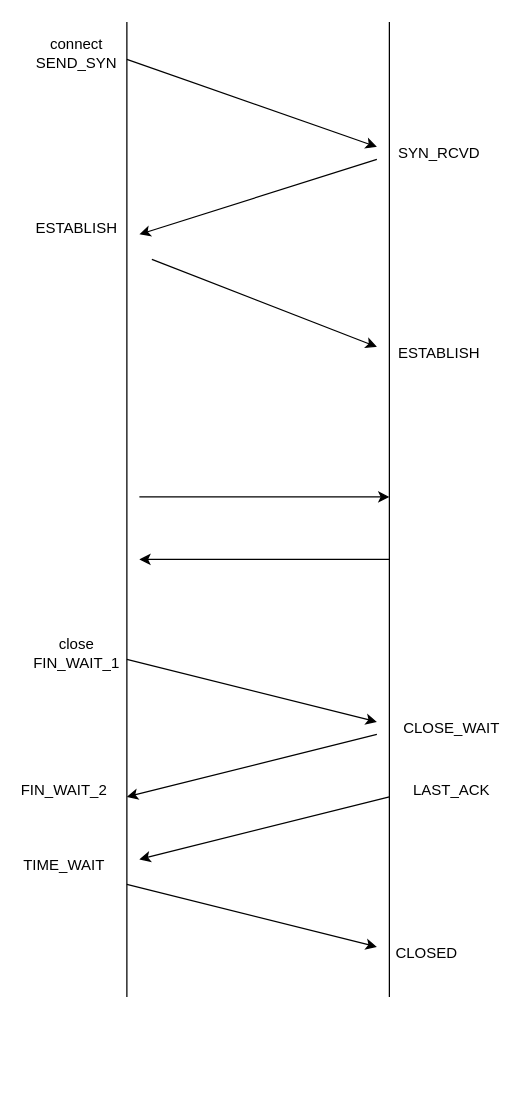
Before: Untitled Diagram.drawio in I321065/diagram, a draw.io diagram. Source tidied: cells renumbered, new cells numbered last; positions are measured from the earlier drawing's top-left corner, leaving out a move shared by most shapes. Both pictures are drawn from the tidied source at 125%, with x=0, y=0 at pixel (26, 21).
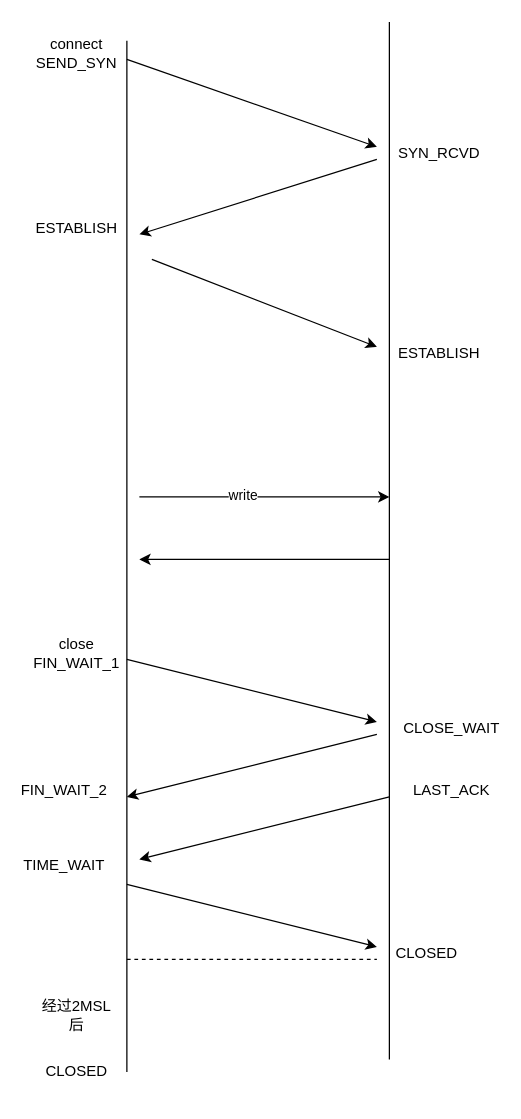
Above is the later version.

The change refers to these unchanged cells:
```xml
<mxCell id="11" style="endArrow=classic;html=1;rounded=0;" parent="1" edge="1">
  <mxGeometry relative="1" as="geometry">
    <mxPoint x="90" y="380" as="sourcePoint" />
    <mxPoint x="290" y="380" as="targetPoint" />
  </mxGeometry>
</mxCell>
```

Diff of the diagram source:
```diff
@@
     <mxCell id="2" style="endArrow=none;html=1;rounded=0;" parent="1" edge="1">
       <mxGeometry relative="1" as="geometry">
-        <mxPoint x="80" y="780" as="sourcePoint" />
-        <mxPoint x="80" as="targetPoint" />
+        <mxPoint x="80" y="840" as="sourcePoint" />
+        <mxPoint x="80" y="15" as="targetPoint" />
       </mxGeometry>
     </mxCell>
     <mxCell id="3" style="endArrow=none;html=1;rounded=0;" parent="1" edge="1">
       <mxGeometry relative="1" as="geometry">
-        <mxPoint x="290" y="780" as="sourcePoint" />
+        <mxPoint x="290" y="830" as="sourcePoint" />
         <mxPoint x="290" as="targetPoint" />
       </mxGeometry>
     </mxCell>
@@
+    <mxCell id="23" value="write" style="edgeLabel;html=1;align=center;verticalAlign=middle;" parent="11" vertex="1">
+      <mxGeometry x="-0.18" y="2" relative="1" as="geometry" />
+    </mxCell>
@@
+    <mxCell id="24" value="CLOSED" style="text;html=1;strokeColor=none;fillColor=none;align=center;verticalAlign=middle;whiteSpace=wrap;rounded=0;" parent="1" vertex="1">
+      <mxGeometry x="10" y="820" width="60" height="40" as="geometry" />
+    </mxCell>
+    <mxCell id="25" style="endArrow=none;dashed=1;html=1;rounded=0;" parent="1" edge="1">
+      <mxGeometry relative="1" as="geometry">
+        <mxPoint x="80" y="750" as="sourcePoint" />
+        <mxPoint x="280" y="750" as="targetPoint" />
+      </mxGeometry>
+    </mxCell>
+    <mxCell id="26" value="经过2MSL后" style="text;html=1;strokeColor=none;fillColor=none;align=center;verticalAlign=middle;whiteSpace=wrap;rounded=0;" parent="1" vertex="1">
+      <mxGeometry x="10" y="780" width="60" height="30" as="geometry" />
+    </mxCell>
```
